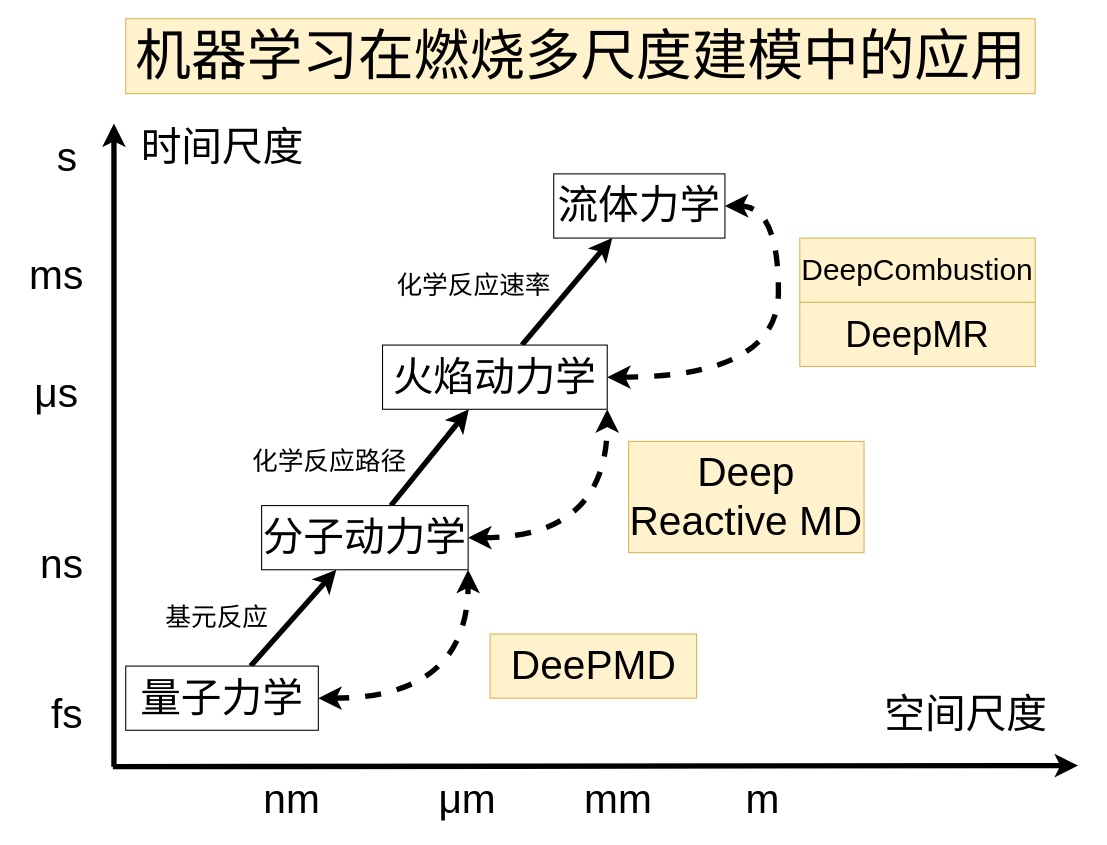
Earlier version of the draw.io diagram multiscale.drawio (tianhanz/helloworld). Source tidied: cells renumbered, new cells numbered last; positions are measured from the earlier drawing's top-left corner, leaving out a move shared by most shapes. Both pictures are drawn from the tidied source at 107%, with x=0, y=0 at pixel (18, 18).
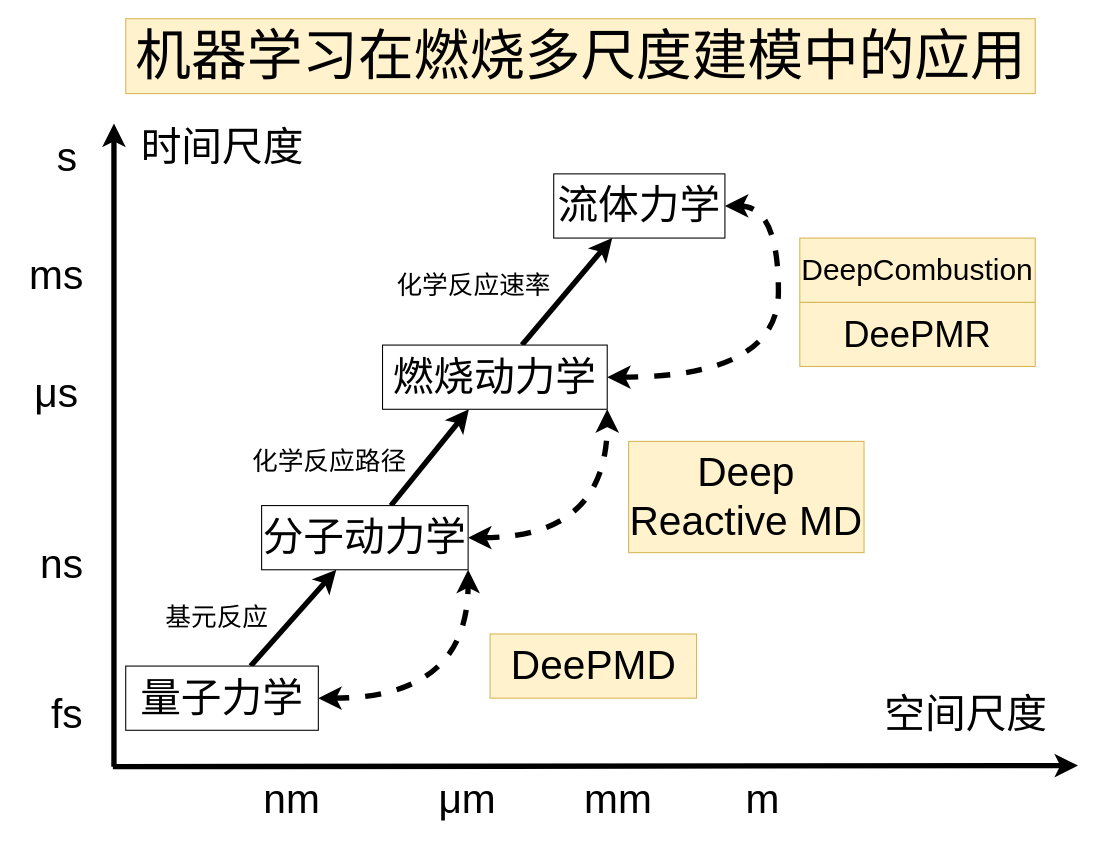
Above is the later version.

Diff of the diagram source:
```diff
@@
-    <mxCell id="23" value="火焰动力学" style="whiteSpace=wrap;html=1;fontSize=38;rounded=0;labelBackgroundColor=none;" parent="1" vertex="1">
+    <mxCell id="23" value="燃烧动力学" style="whiteSpace=wrap;html=1;fontSize=38;rounded=0;labelBackgroundColor=none;" parent="1" vertex="1">
       <mxGeometry x="340" y="305" width="210" height="60" as="geometry" />
     </mxCell>
@@
-    <mxCell id="30" value="DeepMR" style="whiteSpace=wrap;html=1;fontSize=34;rounded=0;labelBackgroundColor=none;fillColor=#fff2cc;strokeColor=#d6b656;" parent="1" vertex="1">
+    <mxCell id="30" value="DeePMR" style="whiteSpace=wrap;html=1;fontSize=34;rounded=0;labelBackgroundColor=none;fillColor=#fff2cc;strokeColor=#d6b656;" parent="1" vertex="1">
       <mxGeometry x="730" y="265" width="220" height="60" as="geometry" />
     </mxCell>
```
